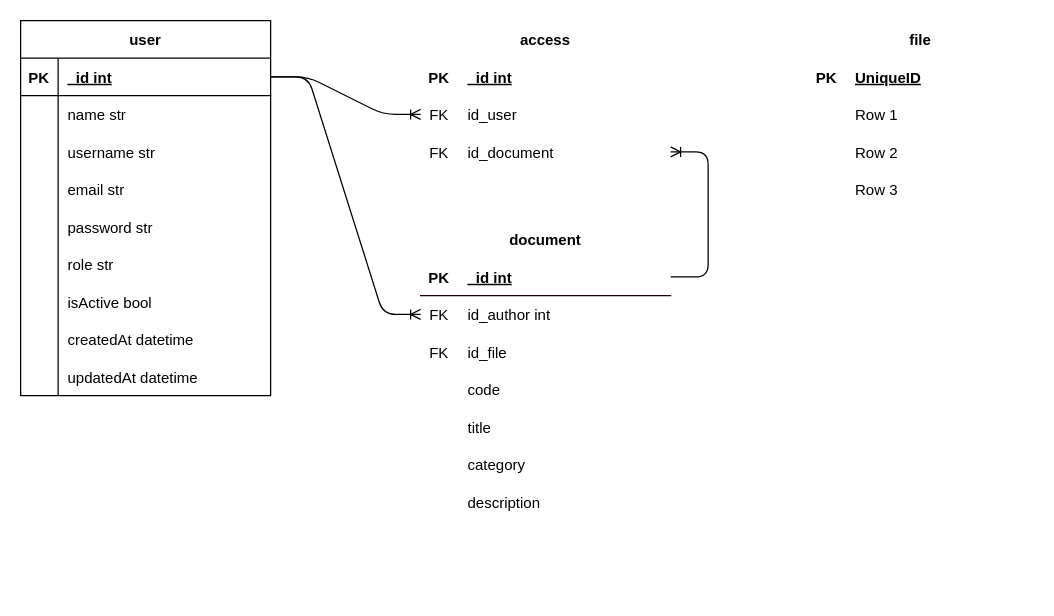
Above: diagram/entity-relationship-diagram.drawio in NotHydra/signature (draw.io), before the change. Source tidied: cells renumbered, new cells numbered last; positions are measured from the earlier drawing's top-left corner, leaving out a move shared by most shapes. Both pictures are drawn from the tidied source at 125%, with x=0, y=0 at pixel (20, 20).
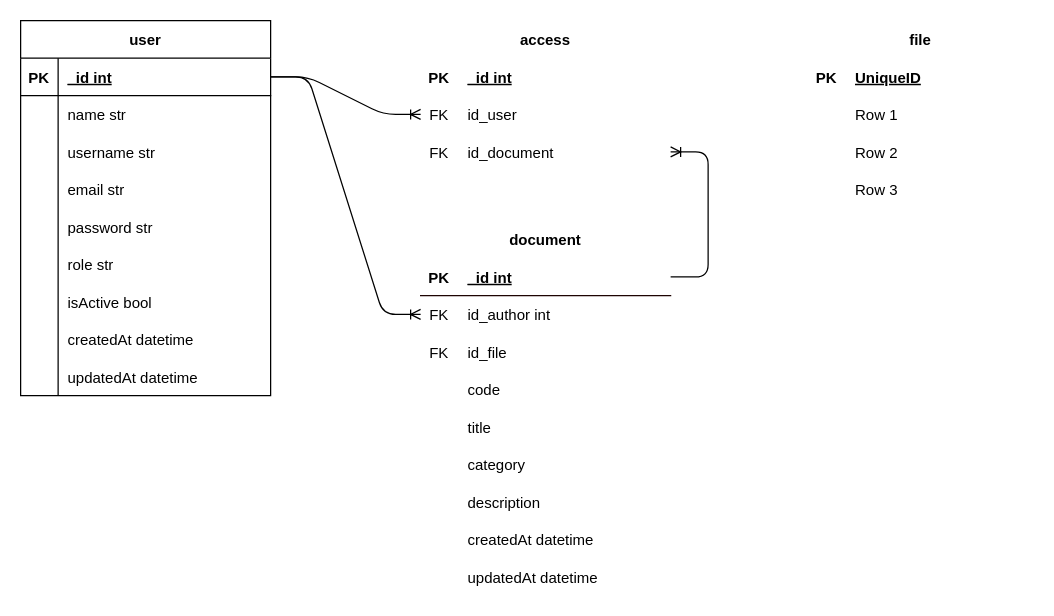
The same page after the edit.

Commit message (it also covers changes not shown here):
feat: upload document front-end

Change to the diagram source:
```diff
@@
     <mxCell id="30" value="document" style="shape=table;startSize=30;childLayout=tableLayout;rowLines=0;fontStyle=1;align=center;strokeColor=#FFFFFF;" parent="1" vertex="1">
-      <mxGeometry x="320" y="160" width="200" height="240" as="geometry" />
+      <mxGeometry x="320" y="160" width="200" height="300" as="geometry" />
     </mxCell>
@@
+    <mxCell id="78" style="shape=tableRow;horizontal=0;startSize=0;swimlaneHead=0;swimlaneBody=0;fillColor=none;top=0;left=0;right=0;bottom=0;" parent="30" vertex="1">
+      <mxGeometry y="240" width="200" height="30" as="geometry" />
+    </mxCell>
+    <mxCell id="79" style="shape=partialRectangle;fillColor=none;top=0;left=0;bottom=0;right=0;overflow=hidden;" parent="78" vertex="1">
+      <mxGeometry width="30" height="30" as="geometry" />
+    </mxCell>
+    <mxCell id="80" value="createdAt datetime" style="shape=partialRectangle;fillColor=none;top=0;left=0;bottom=0;right=0;align=left;spacingLeft=6;overflow=hidden;" parent="78" vertex="1">
+      <mxGeometry x="30" width="170" height="30" as="geometry" />
+    </mxCell>
+    <mxCell id="81" style="shape=tableRow;horizontal=0;startSize=0;swimlaneHead=0;swimlaneBody=0;fillColor=none;top=0;left=0;right=0;bottom=0;" parent="30" vertex="1">
+      <mxGeometry y="270" width="200" height="30" as="geometry" />
+    </mxCell>
+    <mxCell id="82" style="shape=partialRectangle;fillColor=none;top=0;left=0;bottom=0;right=0;overflow=hidden;" parent="81" vertex="1">
+      <mxGeometry width="30" height="30" as="geometry" />
+    </mxCell>
+    <mxCell id="83" value="updatedAt datetime" style="shape=partialRectangle;fillColor=none;top=0;left=0;bottom=0;right=0;align=left;spacingLeft=6;overflow=hidden;" parent="81" vertex="1">
+      <mxGeometry x="30" width="170" height="30" as="geometry" />
+    </mxCell>
```
